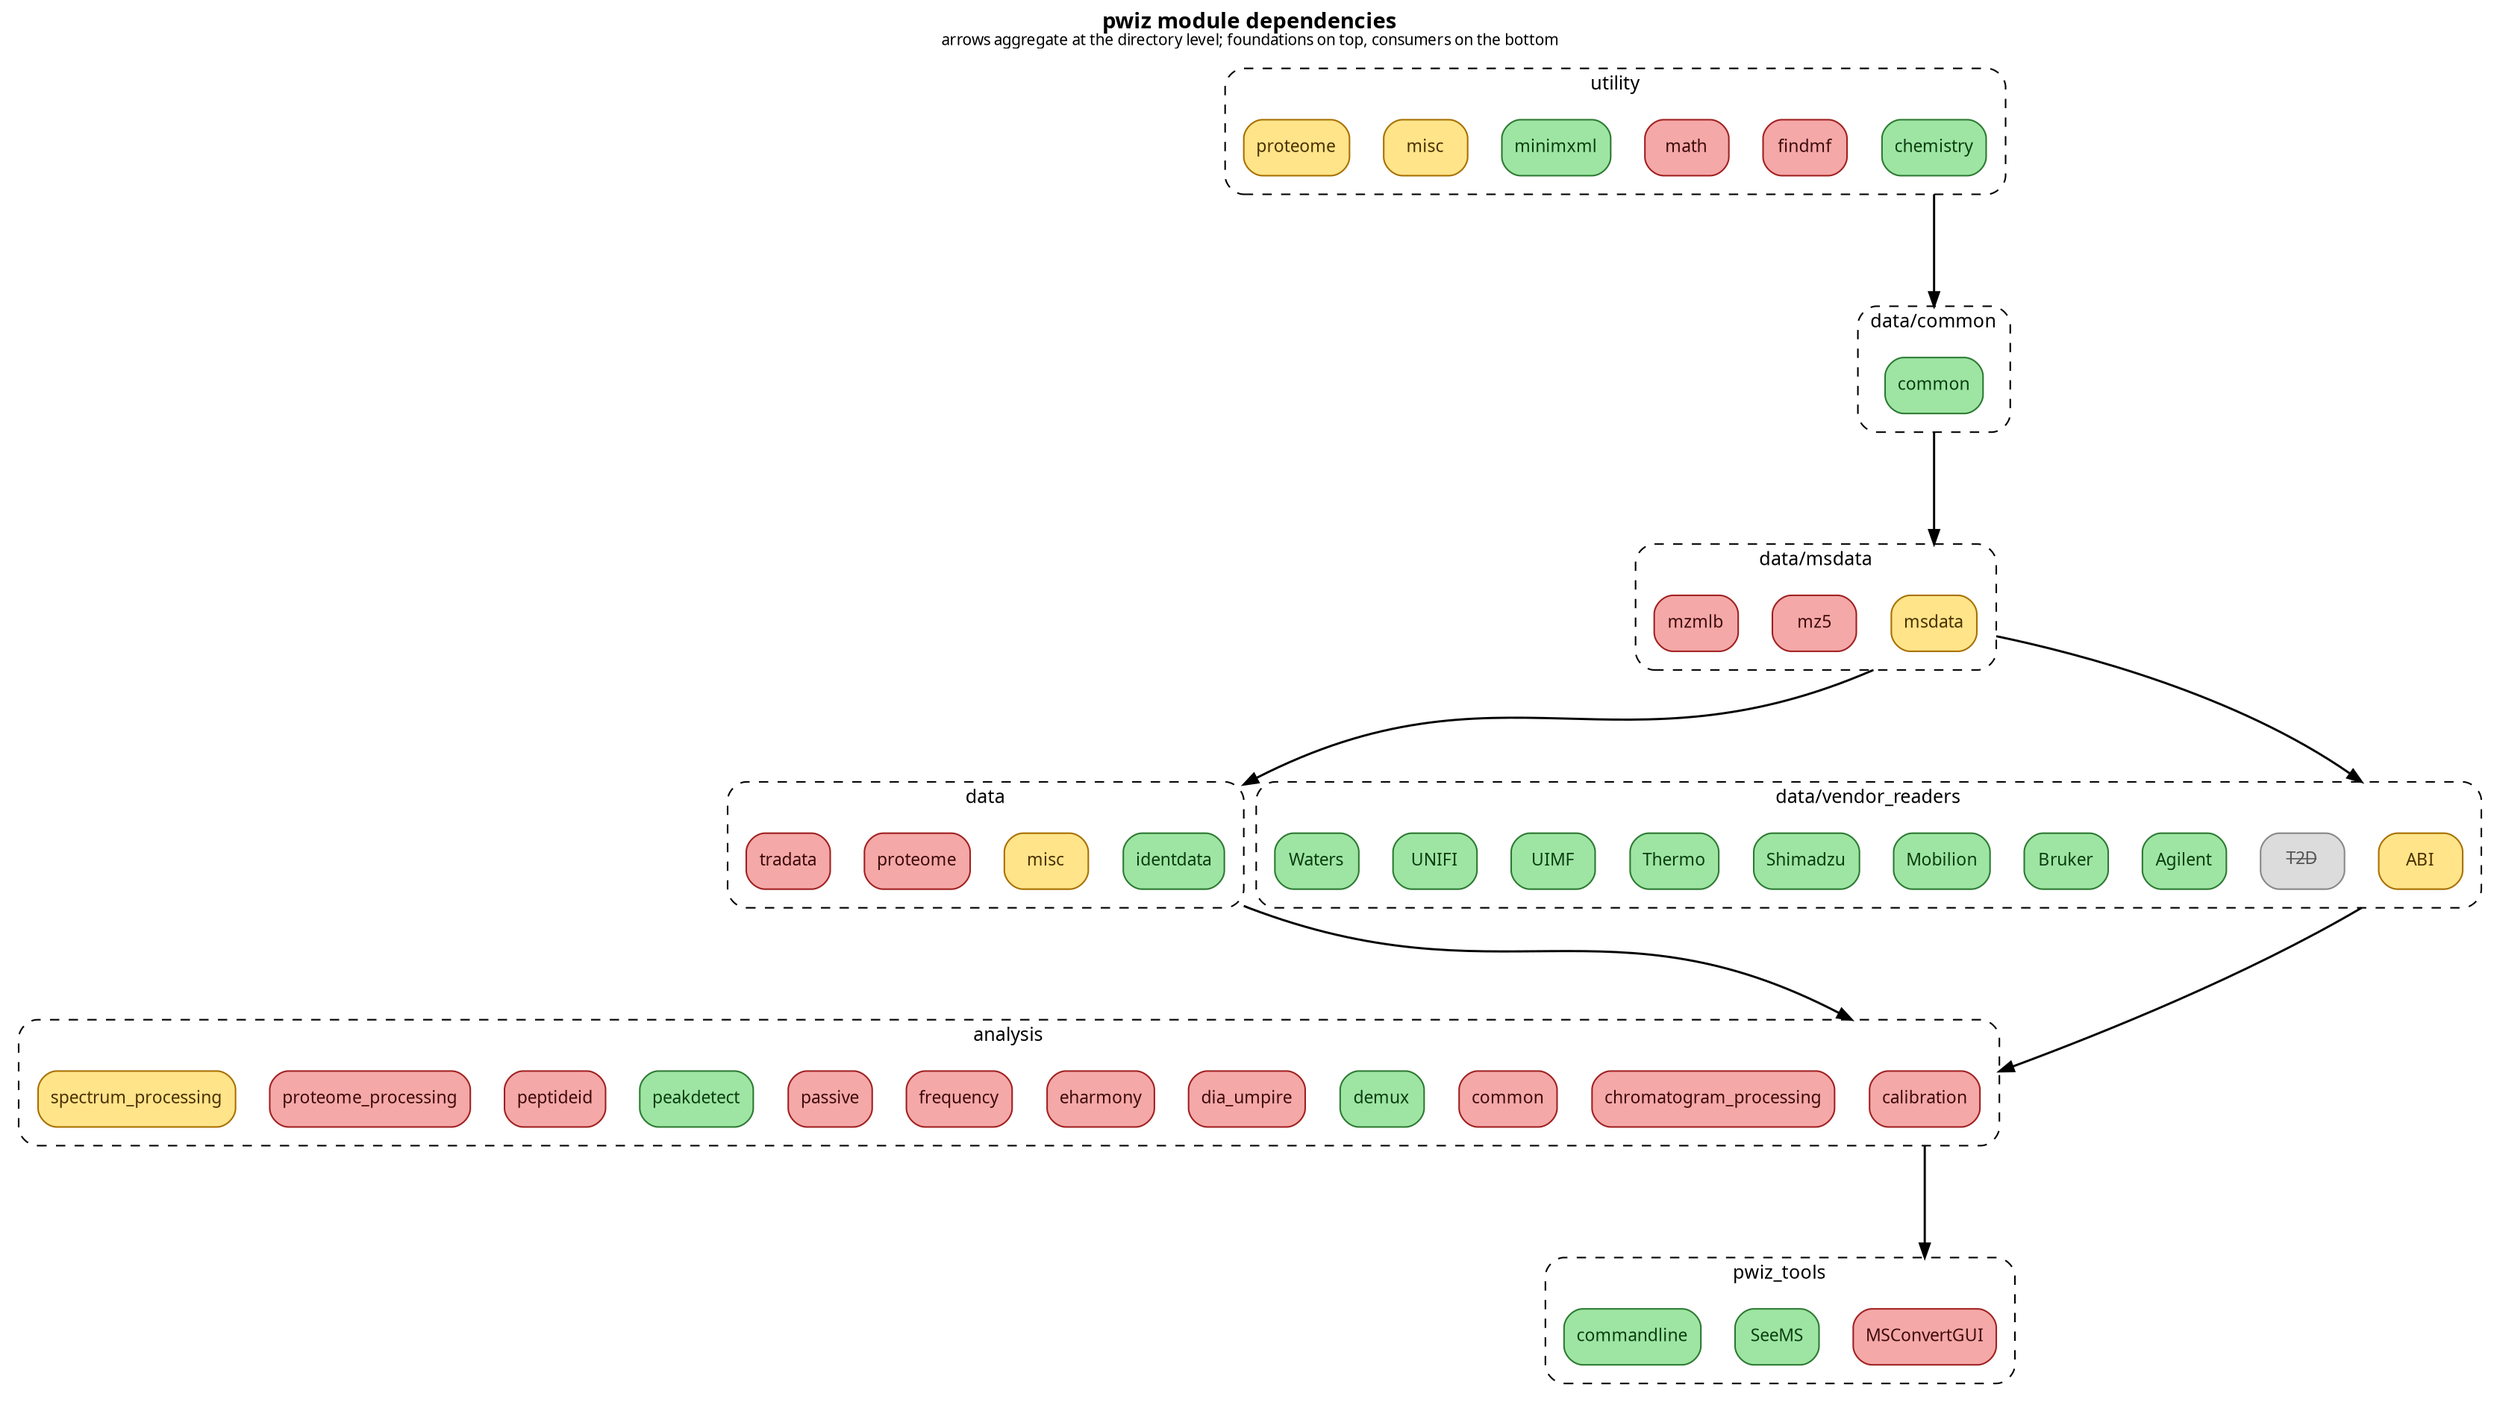
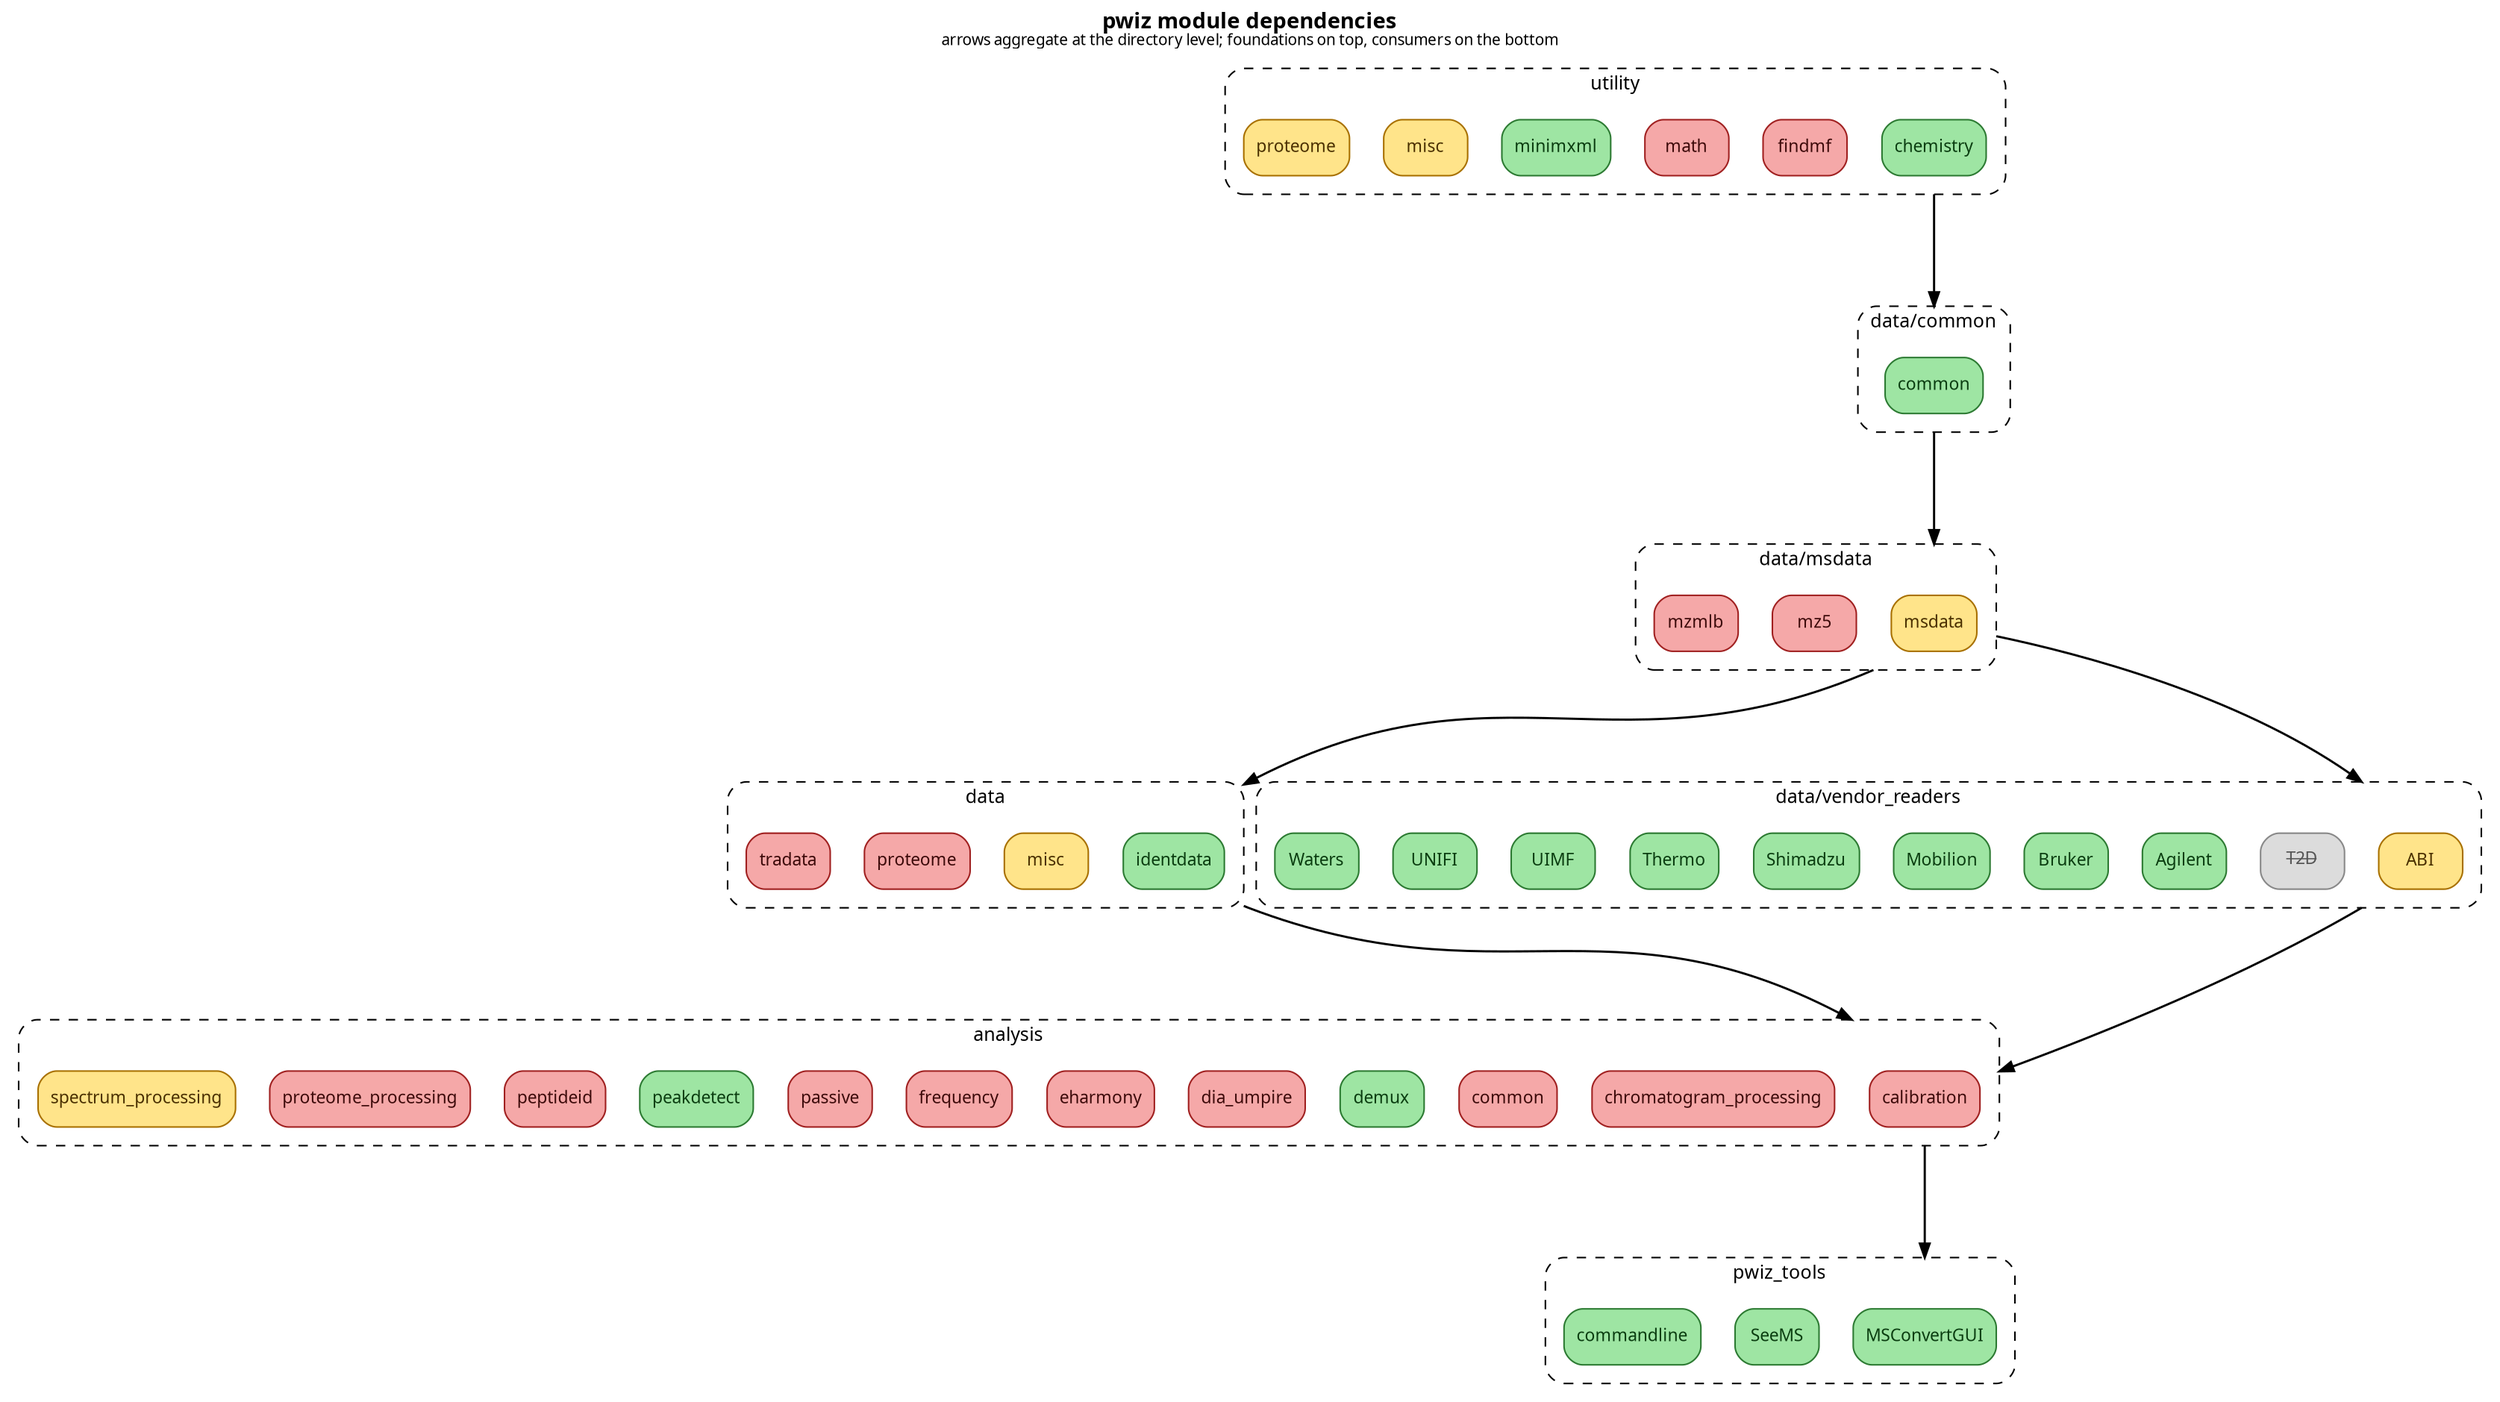
digraph pwiz_modules {
  rankdir=TB;
  labelloc=t;
  label=<<b>pwiz module dependencies</b><br/><font point-size="10">arrows aggregate at the directory level; foundations on top, consumers on the bottom</font>>;
  fontname="Segoe UI";
  node [shape=box, style="filled,rounded", fontname="Segoe UI", fontsize=11];
  edge [color="#444", penwidth=1.4, arrowsize=0.9];
  splines=spline;
  ranksep=0.8; nodesep=0.3;
  compound=true;

  subgraph cluster_analysis {
    label="analysis";
    style="rounded,dashed";
    color="#888";
    fontname="Segoe UI";
    fontsize=12;
    margin=12;
    n_analysis__calibration [label="calibration", fillcolor="#f5a8a8", color="#a02020", fontcolor="#3d0a0a"];
    n_analysis__chromatogram_processing [label="chromatogram_processing", fillcolor="#f5a8a8", color="#a02020", fontcolor="#3d0a0a"];
    n_analysis__common [label="common", fillcolor="#f5a8a8", color="#a02020", fontcolor="#3d0a0a"];
    n_analysis__demux [label="demux", fillcolor="#9ee5a3", color="#2c7a32", fontcolor="#0a3d10"];
    n_analysis__dia_umpire [label="dia_umpire", fillcolor="#f5a8a8", color="#a02020", fontcolor="#3d0a0a"];
    n_analysis__eharmony [label="eharmony", fillcolor="#f5a8a8", color="#a02020", fontcolor="#3d0a0a"];
    n_analysis__frequency [label="frequency", fillcolor="#f5a8a8", color="#a02020", fontcolor="#3d0a0a"];
    n_analysis__passive [label="passive", fillcolor="#f5a8a8", color="#a02020", fontcolor="#3d0a0a"];
    n_analysis__peakdetect [label="peakdetect", fillcolor="#9ee5a3", color="#2c7a32", fontcolor="#0a3d10"];
    n_analysis__peptideid [label="peptideid", fillcolor="#f5a8a8", color="#a02020", fontcolor="#3d0a0a"];
    n_analysis__proteome_processing [label="proteome_processing", fillcolor="#f5a8a8", color="#a02020", fontcolor="#3d0a0a"];
    n_analysis__spectrum_processing [label="spectrum_processing", fillcolor="#ffe48a", color="#a87000", fontcolor="#4a3000"];
  }

  subgraph cluster_data {
    label="data";
    style="rounded,dashed";
    color="#888";
    fontname="Segoe UI";
    fontsize=12;
    margin=12;
    n_data__identdata [label="identdata", fillcolor="#9ee5a3", color="#2c7a32", fontcolor="#0a3d10"];
    n_data__misc [label="misc", fillcolor="#ffe48a", color="#a87000", fontcolor="#4a3000"];
    n_data__proteome [label="proteome", fillcolor="#f5a8a8", color="#a02020", fontcolor="#3d0a0a"];
    n_data__tradata [label="tradata", fillcolor="#f5a8a8", color="#a02020", fontcolor="#3d0a0a"];
  }

  subgraph cluster_data_common {
    label="data/common";
    style="rounded,dashed";
    color="#888";
    fontname="Segoe UI";
    fontsize=12;
    margin=12;
    n_data__common [label="common", fillcolor="#9ee5a3", color="#2c7a32", fontcolor="#0a3d10"];
  }

  subgraph cluster_data_msdata {
    label="data/msdata";
    style="rounded,dashed";
    color="#888";
    fontname="Segoe UI";
    fontsize=12;
    margin=12;
    n_data__msdata [label="msdata", fillcolor="#ffe48a", color="#a87000", fontcolor="#4a3000"];
    n_data__msdata__mz5 [label="mz5", fillcolor="#f5a8a8", color="#a02020", fontcolor="#3d0a0a"];
    n_data__msdata__mzmlb [label="mzmlb", fillcolor="#f5a8a8", color="#a02020", fontcolor="#3d0a0a"];
  }

  subgraph cluster_data_vendor_readers {
    label="data/vendor_readers";
    style="rounded,dashed";
    color="#888";
    fontname="Segoe UI";
    fontsize=12;
    margin=12;
    n_data__vendor_readers__ABI [label="ABI", fillcolor="#ffe48a", color="#a87000", fontcolor="#4a3000"];
    n_data__vendor_readers__ABI__T2D [label=<<s>T2D</s>>, fillcolor="#dcdcdc", color="#888888", fontcolor="#555555"];
    n_data__vendor_readers__Agilent [label="Agilent", fillcolor="#9ee5a3", color="#2c7a32", fontcolor="#0a3d10"];
    n_data__vendor_readers__Bruker [label="Bruker", fillcolor="#9ee5a3", color="#2c7a32", fontcolor="#0a3d10"];
    n_data__vendor_readers__Mobilion [label="Mobilion", fillcolor="#9ee5a3", color="#2c7a32", fontcolor="#0a3d10"];
    n_data__vendor_readers__Shimadzu [label="Shimadzu", fillcolor="#9ee5a3", color="#2c7a32", fontcolor="#0a3d10"];
    n_data__vendor_readers__Thermo [label="Thermo", fillcolor="#9ee5a3", color="#2c7a32", fontcolor="#0a3d10"];
    n_data__vendor_readers__UIMF [label="UIMF", fillcolor="#9ee5a3", color="#2c7a32", fontcolor="#0a3d10"];
    n_data__vendor_readers__UNIFI [label="UNIFI", fillcolor="#9ee5a3", color="#2c7a32", fontcolor="#0a3d10"];
    n_data__vendor_readers__Waters [label="Waters", fillcolor="#9ee5a3", color="#2c7a32", fontcolor="#0a3d10"];
  }

  subgraph cluster_pwiz_tools {
    label="pwiz_tools";
    style="rounded,dashed";
    color="#888";
    fontname="Segoe UI";
    fontsize=12;
    margin=12;
-     n_pwiz_tools__MSConvertGUI [label="MSConvertGUI", fillcolor="#f5a8a8", color="#a02020", fontcolor="#3d0a0a"];
+     n_pwiz_tools__MSConvertGUI [label="MSConvertGUI", fillcolor="#9ee5a3", color="#2c7a32", fontcolor="#0a3d10"];
    n_pwiz_tools__SeeMS [label="SeeMS", fillcolor="#9ee5a3", color="#2c7a32", fontcolor="#0a3d10"];
    n_pwiz_tools__commandline [label="commandline", fillcolor="#9ee5a3", color="#2c7a32", fontcolor="#0a3d10"];
  }

  subgraph cluster_utility {
    label="utility";
    style="rounded,dashed";
    color="#888";
    fontname="Segoe UI";
    fontsize=12;
    margin=12;
    n_utility__chemistry [label="chemistry", fillcolor="#9ee5a3", color="#2c7a32", fontcolor="#0a3d10"];
    n_utility__findmf [label="findmf", fillcolor="#f5a8a8", color="#a02020", fontcolor="#3d0a0a"];
    n_utility__math [label="math", fillcolor="#f5a8a8", color="#a02020", fontcolor="#3d0a0a"];
    n_utility__minimxml [label="minimxml", fillcolor="#9ee5a3", color="#2c7a32", fontcolor="#0a3d10"];
    n_utility__misc [label="misc", fillcolor="#ffe48a", color="#a87000", fontcolor="#4a3000"];
    n_utility__proteome [label="proteome", fillcolor="#ffe48a", color="#a87000", fontcolor="#4a3000"];
  }

  n_data__identdata -> n_analysis__calibration [ltail=cluster_data, lhead=cluster_analysis, minlen=2];
  n_data__vendor_readers__ABI -> n_analysis__calibration [ltail=cluster_data_vendor_readers, lhead=cluster_analysis, minlen=2];
  n_data__msdata -> n_data__identdata [ltail=cluster_data_msdata, lhead=cluster_data, minlen=2];
  n_utility__chemistry -> n_data__common [ltail=cluster_utility, lhead=cluster_data_common, minlen=2];
  n_data__common -> n_data__msdata [ltail=cluster_data_common, lhead=cluster_data_msdata, minlen=2];
  n_data__msdata -> n_data__vendor_readers__ABI [ltail=cluster_data_msdata, lhead=cluster_data_vendor_readers, minlen=2];
  n_analysis__calibration -> n_pwiz_tools__MSConvertGUI [ltail=cluster_analysis, lhead=cluster_pwiz_tools, minlen=2];
}
